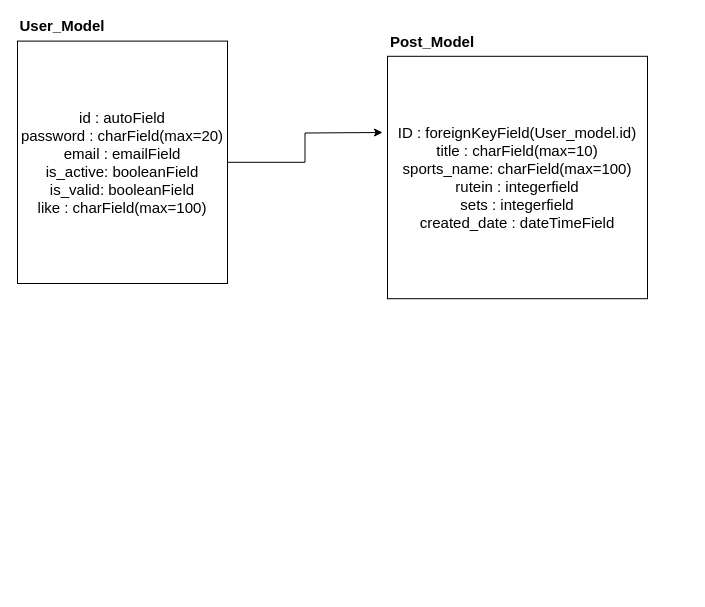
Earlier version of the draw.io diagram HR Diagram.drawio (jiyun0605/HR). Source tidied: cells renumbered, new cells numbered last; positions are measured from the earlier drawing's top-left corner, leaving out a move shared by most shapes. Both pictures are drawn from the tidied source at 100%, with x=0, y=0 at pixel (17, 18).
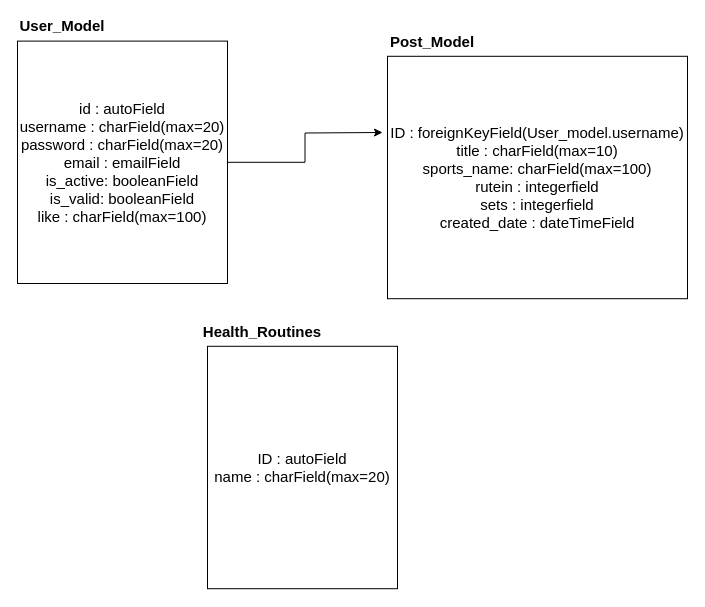
The same diagram, later.

Commit message:
Feature : create Health_Routines

What changed in the source:
```diff
@@
 <mxGraphModel>
   <root>
     <mxCell id="0" />
     <mxCell id="1" parent="0" />
     <mxCell id="2" style="group;" parent="1" vertex="1">
       <mxGeometry y="15" width="260" height="250" as="geometry" />
     </mxCell>
-    <mxCell id="3" value="&lt;span style=&quot;font-size: 15px&quot;&gt;id : autoField&lt;br&gt;password : charField(max=20)&lt;br&gt;email : emailField&lt;br&gt;is_active: booleanField&lt;br&gt;is_valid: booleanField&lt;br&gt;like : charField(max=100)&lt;/span&gt;" style="rounded=0;whiteSpace=wrap;html=1;" parent="2" vertex="1">
+    <mxCell id="3" value="&lt;span style=&quot;font-size: 15px&quot;&gt;id : autoField&lt;br&gt;username : charField(max=20)&lt;br&gt;password : charField(max=20)&lt;br&gt;email : emailField&lt;br&gt;is_active: booleanField&lt;br&gt;is_valid: booleanField&lt;br&gt;like : charField(max=100)&lt;/span&gt;" style="rounded=0;whiteSpace=wrap;html=1;" parent="2" vertex="1">
       <mxGeometry y="7.6" width="210" height="242.4" as="geometry" />
     </mxCell>
     <mxCell id="4" value="&lt;font style=&quot;font-size: 15px&quot;&gt;&lt;b&gt;User_Model&lt;/b&gt;&lt;/font&gt;" style="text;html=1;strokeColor=none;fillColor=none;align=center;verticalAlign=middle;whiteSpace=wrap;rounded=0;" parent="1" vertex="1">
       <mxGeometry y="-0.2" width="89.7" height="15.2" as="geometry" />
     </mxCell>
     <mxCell id="5" style="group;" parent="1" vertex="1">
-      <mxGeometry x="370" y="30.2" width="260" height="250" as="geometry" />
+      <mxGeometry x="370" y="30.2" width="300" height="250" as="geometry" />
     </mxCell>
-    <mxCell id="6" value="&lt;span style=&quot;font-size: 15px&quot;&gt;ID : foreignKeyField(User_model.id)&lt;br&gt;title : charField(max=10)&lt;br&gt;&lt;/span&gt;&lt;span style=&quot;font-size: 15px&quot;&gt;sports_name: charField(max=100)&lt;br&gt;&lt;/span&gt;&lt;span style=&quot;font-size: 15px&quot;&gt;rutein : integerfield&lt;/span&gt;&lt;br&gt;&lt;span style=&quot;font-size: 15px&quot;&gt;sets :&amp;nbsp;&lt;/span&gt;&lt;span style=&quot;font-size: 15px&quot;&gt;integerfield&lt;br&gt;created_date : dateTimeField&lt;br&gt;&lt;/span&gt;" style="rounded=0;whiteSpace=wrap;html=1;" parent="5" vertex="1">
-      <mxGeometry y="7.6" width="260" height="242.4" as="geometry" />
+    <mxCell id="6" value="&lt;span style=&quot;font-size: 15px&quot;&gt;ID : foreignKeyField(User_model.username)&lt;br&gt;title : charField(max=10)&lt;br&gt;&lt;/span&gt;&lt;span style=&quot;font-size: 15px&quot;&gt;sports_name: charField(max=100)&lt;br&gt;&lt;/span&gt;&lt;span style=&quot;font-size: 15px&quot;&gt;rutein : integerfield&lt;/span&gt;&lt;br&gt;&lt;span style=&quot;font-size: 15px&quot;&gt;sets :&amp;nbsp;&lt;/span&gt;&lt;span style=&quot;font-size: 15px&quot;&gt;integerfield&lt;br&gt;created_date : dateTimeField&lt;br&gt;&lt;/span&gt;" style="rounded=0;whiteSpace=wrap;html=1;" parent="5" vertex="1">
+      <mxGeometry y="7.6" width="300" height="242.4" as="geometry" />
     </mxCell>
     <mxCell id="7" value="&lt;span style=&quot;font-size: 15px&quot;&gt;&lt;b&gt;Post_Model&lt;/b&gt;&lt;/span&gt;" style="text;html=1;strokeColor=none;fillColor=none;align=center;verticalAlign=middle;whiteSpace=wrap;rounded=0;" parent="1" vertex="1">
       <mxGeometry x="370" y="15" width="89.7" height="15.2" as="geometry" />
     </mxCell>
     <mxCell id="8" style="edgeStyle=orthogonalEdgeStyle;rounded=0;jettySize=auto;html=1;" parent="1" edge="1" source="3">
       <mxGeometry relative="1" as="geometry">
         <mxPoint x="365" y="114" as="targetPoint" />
       </mxGeometry>
     </mxCell>
+    <mxCell id="9" style="group;" parent="1" vertex="1">
+      <mxGeometry x="190" y="320.2" width="260" height="250" as="geometry" />
+    </mxCell>
+    <mxCell id="10" value="&lt;span style=&quot;font-size: 15px&quot;&gt;ID : autoField&lt;br&gt;name : charField(max=20)&lt;/span&gt;&lt;span style=&quot;font-size: 15px&quot;&gt;&lt;br&gt;&lt;/span&gt;" style="rounded=0;whiteSpace=wrap;html=1;" parent="9" vertex="1">
+      <mxGeometry y="7.6" width="190" height="242.4" as="geometry" />
+    </mxCell>
+    <mxCell id="11" value="&lt;span style=&quot;font-size: 15px&quot;&gt;&lt;b&gt;Health_Routines&lt;/b&gt;&lt;/span&gt;" style="text;html=1;strokeColor=none;fillColor=none;align=center;verticalAlign=middle;whiteSpace=wrap;rounded=0;" parent="1" vertex="1">
+      <mxGeometry x="180" y="305" width="130" height="15.2" as="geometry" />
+    </mxCell>
   </root>
 </mxGraphModel>
```
